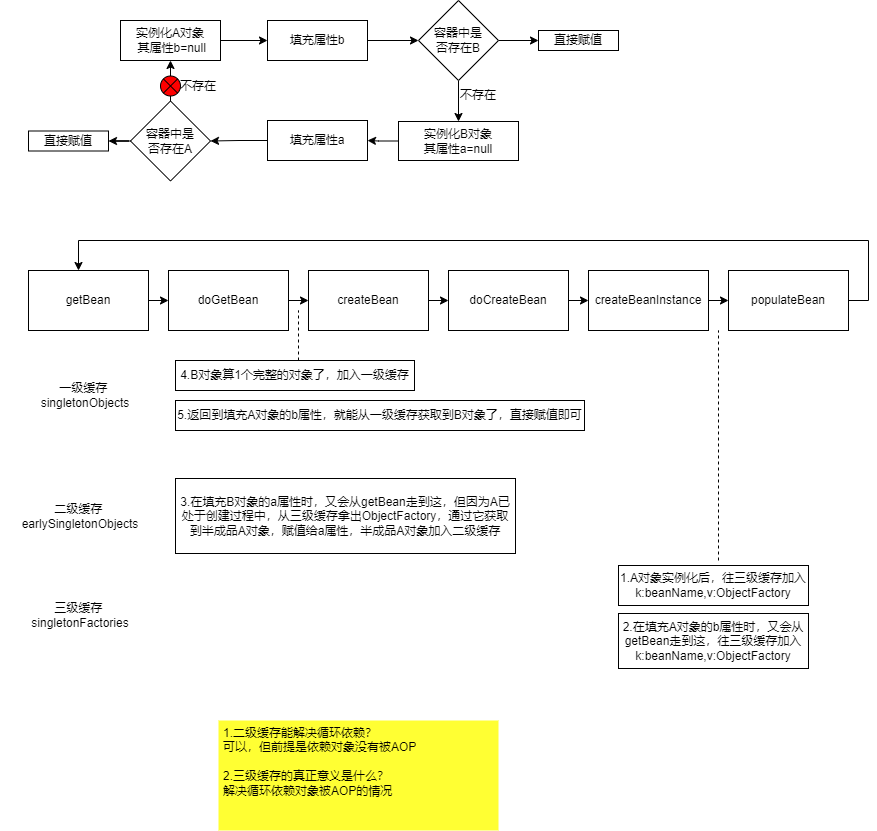
onedream719/- keeps this draw.io diagram as spring源码--循环依赖.png. Above is the earlier version. Source tidied: cells renumbered, new cells last; positions are measured from the earlier drawing's top-left corner, leaving out a move shared by most shapes.
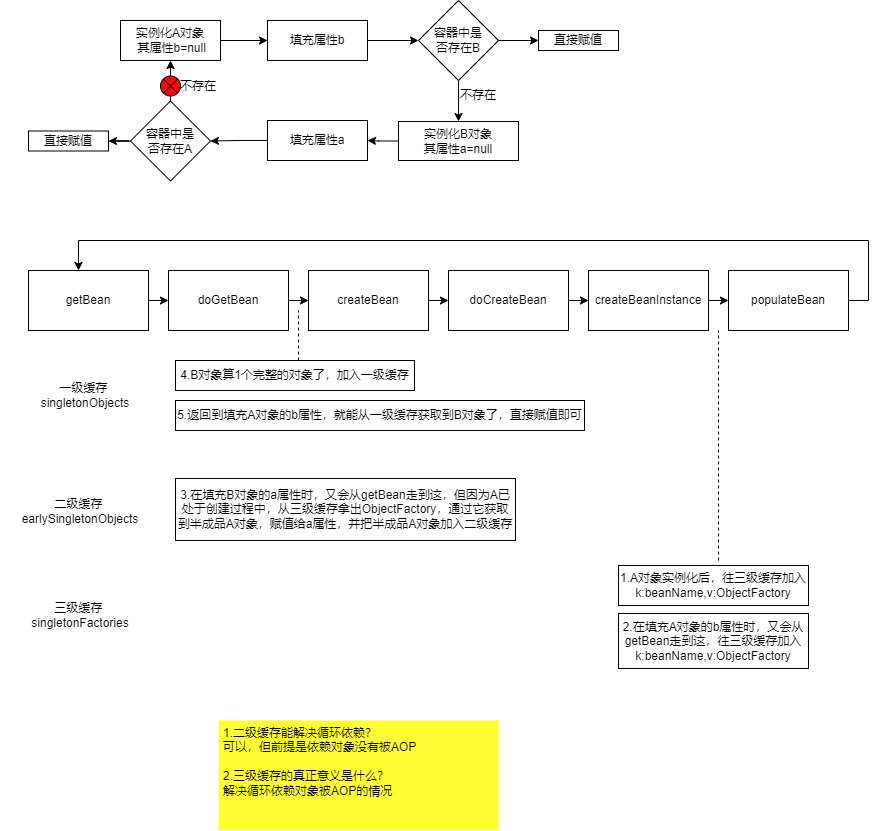
Above is the later version.

Commit message:
更新spring源码--循环依赖.png

Change to the diagram source:
```diff
@@ -103,7 +103,7 @@
       <mxGeometry x="728" y="270" width="120" height="60" as="geometry" />
     </mxCell>
     <mxCell id="33" value="二级缓存&amp;nbsp; earlySingletonObjects" style="text;html=1;strokeColor=none;fillColor=none;align=center;verticalAlign=middle;whiteSpace=wrap;rounded=0;" parent="1" vertex="1">
-      <mxGeometry y="500.5" width="160" height="30" as="geometry" />
+      <mxGeometry y="495.5" width="160" height="30" as="geometry" />
     </mxCell>
     <mxCell id="34" value="一级缓存 &lt;br&gt;singletonObjects" style="text;html=1;strokeColor=none;fillColor=none;align=center;verticalAlign=middle;whiteSpace=wrap;rounded=0;" parent="1" vertex="1">
       <mxGeometry x="5" y="380" width="160" height="30" as="geometry" />
@@ -123,8 +123,8 @@
     <mxCell id="38" value="2.在填充A对象的b属性时，又会从getBean走到这，往三级缓存加入k:beanName,v:ObjectFactory" style="rounded=0;whiteSpace=wrap;html=1;fillColor=#FFFFFF;" parent="1" vertex="1">
       <mxGeometry x="618" y="613" width="190" height="55" as="geometry" />
     </mxCell>
-    <mxCell id="39" value="3.在填充B对象的a属性时，又会从getBean走到这，但因为A已处于创建过程中，从三级缓存拿出ObjectFactory，通过它获取到半成品A对象，赋值给a属性，半成品A对象加入二级缓存" style="rounded=0;whiteSpace=wrap;html=1;fillColor=#FFFFFF;" parent="1" vertex="1">
-      <mxGeometry x="175" y="478" width="340" height="75" as="geometry" />
+    <mxCell id="39" value="3.在填充B对象的a属性时，又会从getBean走到这，但因为A已处于创建过程中，从三级缓存拿出ObjectFactory，通过它获取到半成品A对象，赋值给a属性，并把半成品A对象加入二级缓存" style="rounded=0;whiteSpace=wrap;html=1;fillColor=#FFFFFF;" parent="1" vertex="1">
+      <mxGeometry x="175" y="478" width="340" height="62" as="geometry" />
     </mxCell>
     <mxCell id="40" value="&lt;span&gt;4.B对象算1个完整的对象了，加入一级缓存&lt;/span&gt;" style="rounded=0;whiteSpace=wrap;html=1;fillColor=#FFFFFF;" parent="1" vertex="1">
       <mxGeometry x="175" y="360" width="239" height="30" as="geometry" />
```
